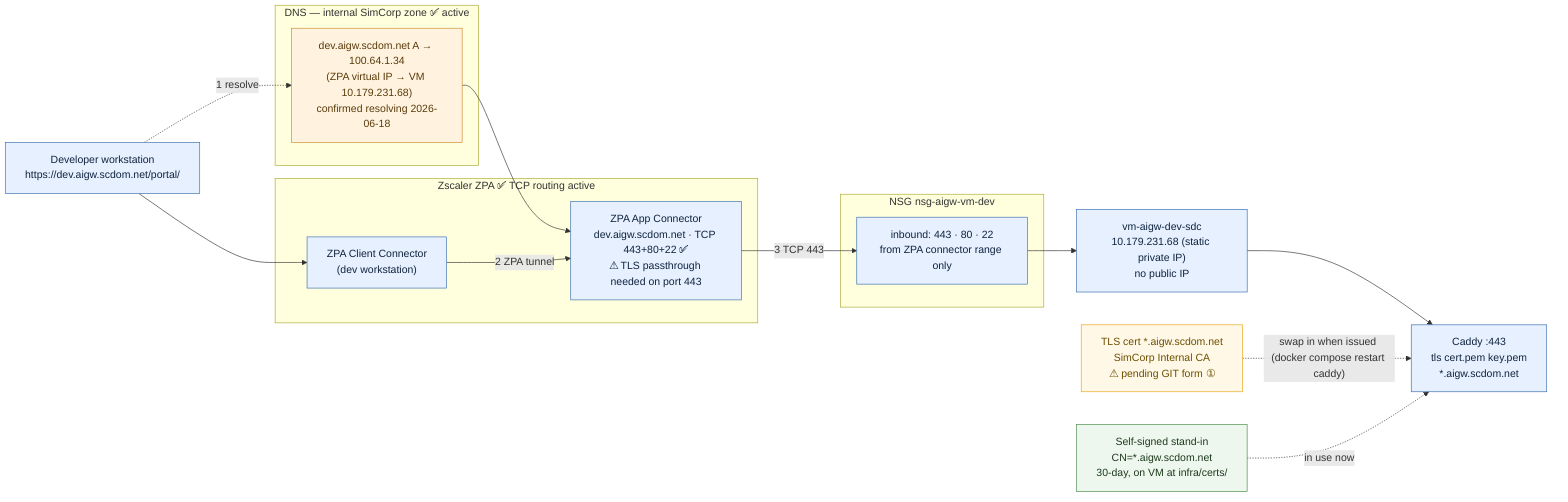
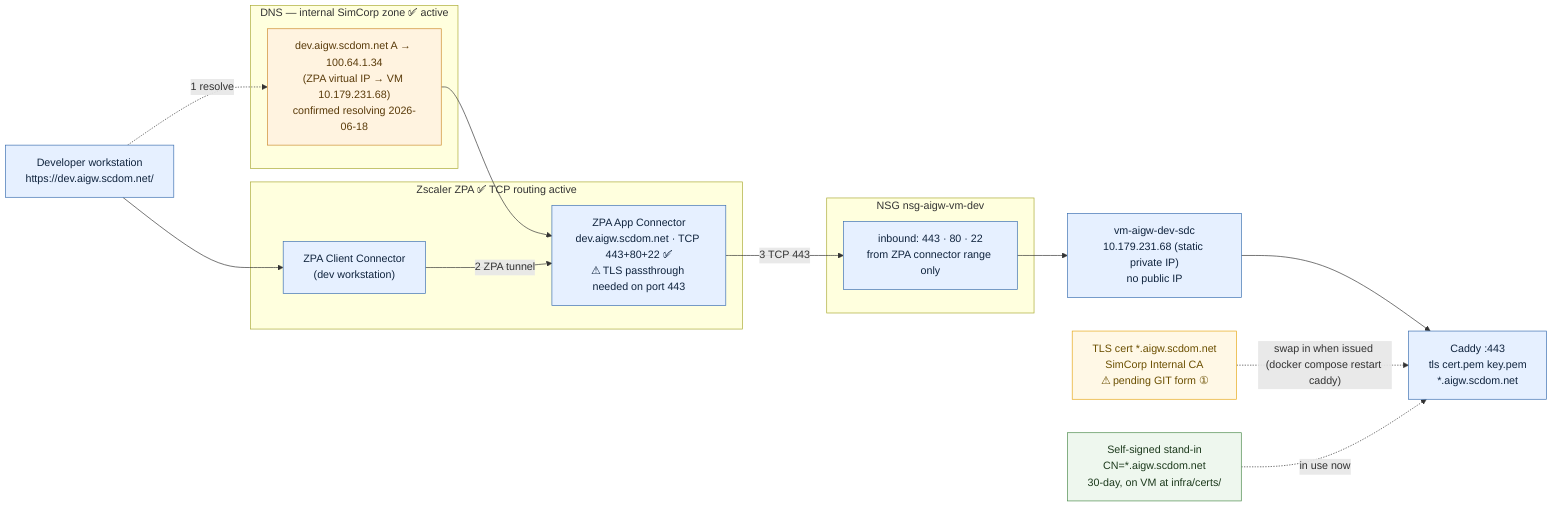
flowchart LR
-   dev["Developer workstation\nhttps://dev.aigw.scdom.net/portal/"]
+   dev["Developer workstation\nhttps://dev.aigw.scdom.net/"]

  subgraph DNSZ["DNS — internal SimCorp zone  ✅ active"]
    int["dev.aigw.scdom.net A → 100.64.1.34\n(ZPA virtual IP → VM 10.179.231.68)\nconfirmed resolving 2026-06-18"]
  end

  subgraph ZPA["Zscaler ZPA  ✅ TCP routing active"]
    zcc["ZPA Client Connector\n(dev workstation)"]
    zac["ZPA App Connector\ndev.aigw.scdom.net · TCP 443+80+22 ✅\n⚠ TLS passthrough needed on port 443"]
  end

  subgraph NSG["NSG nsg-aigw-vm-dev"]
    nsg["inbound: 443 · 80 · 22\nfrom ZPA connector range only"]
  end

  vm["vm-aigw-dev-sdc\n10.179.231.68 (static private IP)\nno public IP"]
  caddy["Caddy :443\ntls cert.pem key.pem\n*.aigw.scdom.net"]

  cert_issued["TLS cert *.aigw.scdom.net\nSimCorp Internal CA\n⚠ pending GIT form ①"]
  cert_interim["Self-signed stand-in\nCN=*.aigw.scdom.net\n30-day, on VM at infra/certs/"]

  dev -. "1 resolve" .-> int
  dev --> zcc
  int --> zac
  zcc -->|"2 ZPA tunnel"| zac -->|"3 TCP 443"| nsg --> vm --> caddy
  cert_issued -. "swap in when issued (docker compose restart caddy)" .-> caddy
  cert_interim -. "in use now" .-> caddy

  classDef dns fill:#fff3e0,stroke:#cc8a2e,color:#5a3b0a;
  classDef net fill:#e6f0ff,stroke:#3b6fb0,color:#10243e;
  classDef pending fill:#fff8e6,stroke:#e6a817,color:#6b4f00;
  classDef active fill:#eef7ee,stroke:#4a8a4a,color:#1d3a1d;
  class int dns;
  class dev,zcc,zac,nsg,vm,caddy net;
  class cert_issued pending;
  class cert_interim active;
